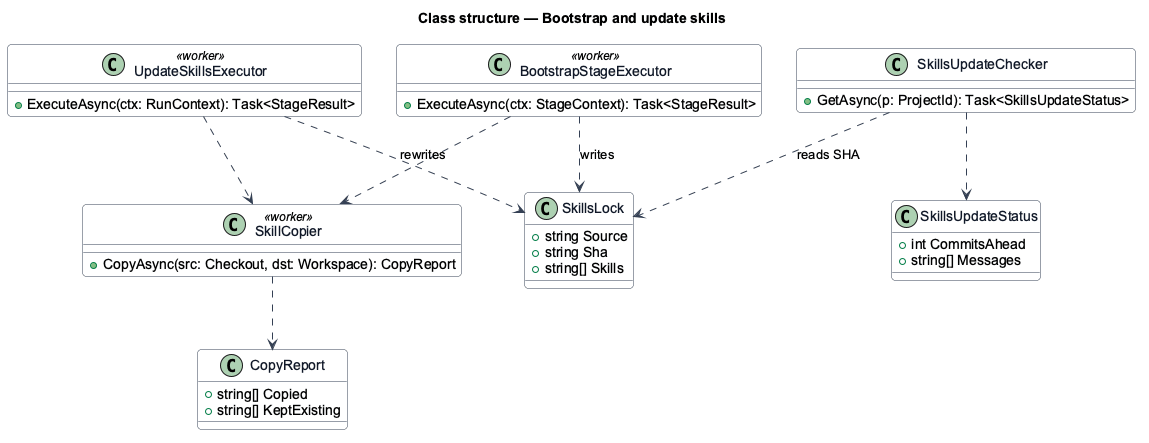
Earlier version of the PlantUML export docs/detailed-designs/stages/bootstrap-skills/diagrams/class-structure.png (QuinntyneBrown/hewn).
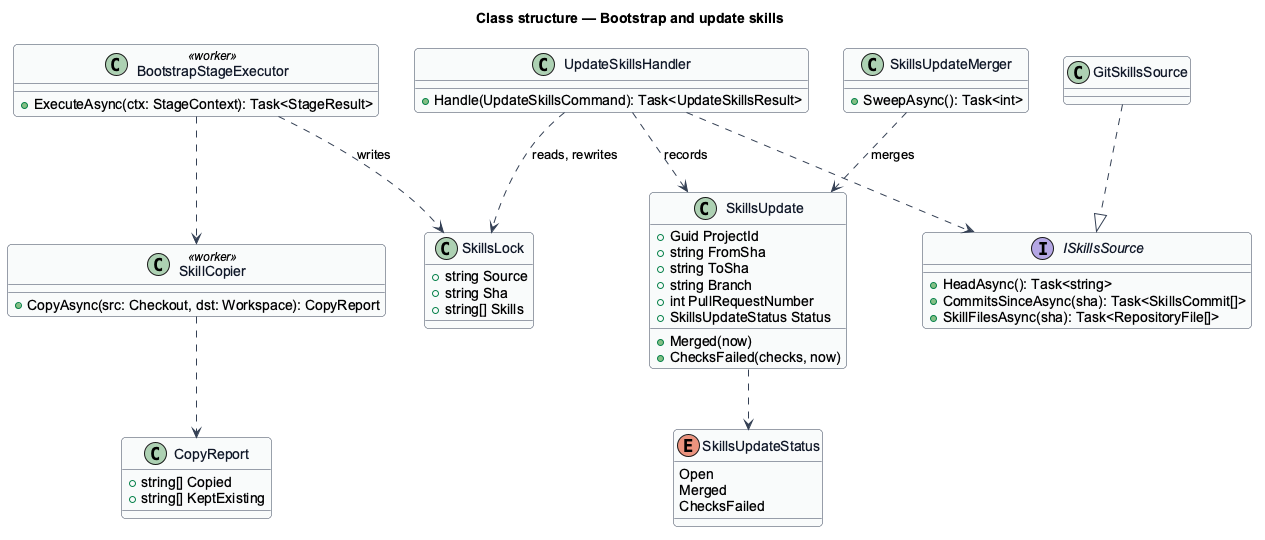
The same file after the commit.

Change to the diagram source:
```diff
@@ -26,21 +26,40 @@
 class BootstrapStageExecutor <<worker>> {
   +ExecuteAsync(ctx: StageContext): Task<StageResult>
 }
-class UpdateSkillsExecutor <<worker>> {
-  +ExecuteAsync(ctx: RunContext): Task<StageResult>
+class SkillsUpdate {
+  +Guid ProjectId
+  +string FromSha
+  +string ToSha
+  +string Branch
+  +int PullRequestNumber
+  +SkillsUpdateStatus Status
+  +Merged(now)
+  +ChecksFailed(checks, now)
 }
-class SkillsUpdateChecker {
-  +GetAsync(p: ProjectId): Task<SkillsUpdateStatus>
+enum SkillsUpdateStatus {
+  Open
+  Merged
+  ChecksFailed
 }
-class SkillsUpdateStatus {
-  +int CommitsAhead
-  +string[] Messages
+interface ISkillsSource {
+  +HeadAsync(): Task<string>
+  +CommitsSinceAsync(sha): Task<SkillsCommit[]>
+  +SkillFilesAsync(sha): Task<RepositoryFile[]>
+}
+class GitSkillsSource
+class UpdateSkillsHandler {
+  +Handle(UpdateSkillsCommand): Task<UpdateSkillsResult>
+}
+class SkillsUpdateMerger {
+  +SweepAsync(): Task<int>
 }
 BootstrapStageExecutor ..> SkillCopier
 BootstrapStageExecutor ..> SkillsLock : writes
-UpdateSkillsExecutor ..> SkillCopier
-UpdateSkillsExecutor ..> SkillsLock : rewrites
 SkillCopier ..> CopyReport
-SkillsUpdateChecker ..> SkillsLock : reads SHA
-SkillsUpdateChecker ..> SkillsUpdateStatus
+GitSkillsSource ..|> ISkillsSource
+UpdateSkillsHandler ..> ISkillsSource
+UpdateSkillsHandler ..> SkillsLock : reads, rewrites
+UpdateSkillsHandler ..> SkillsUpdate : records
+SkillsUpdateMerger ..> SkillsUpdate : merges
+SkillsUpdate ..> SkillsUpdateStatus
 @enduml
```
